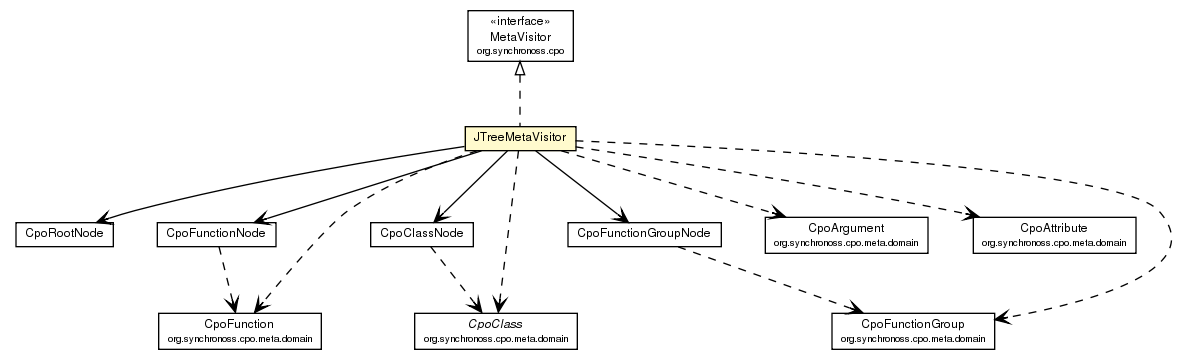
Earlier version of the Graphviz export site/apidocs/org/synchronoss/cpo/util/JTreeMetaVisitor.png (synchronoss/cpo-util). Its source is kept beside it as site/apidocs/org/synchronoss/cpo/util/JTreeMetaVisitor.dot.
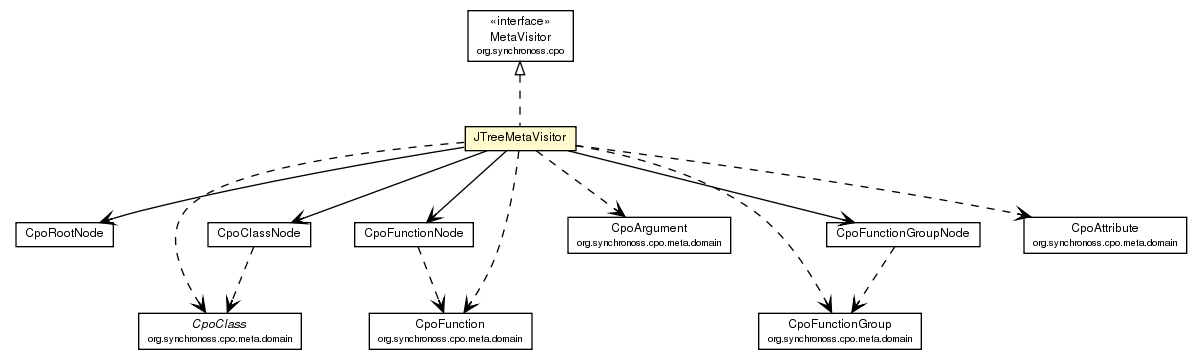
The same diagram one commit later.

The edit, as a diff of the source:
```diff
@@ -34,37 +34,37 @@
 	c1707:p -> c1721:p [taillabel="", label="", headlabel="", fontname="Helvetica", fontcolor="black", fontsize=10.0, color="black", arrowhead=open];
 	c1707:p -> c1765:p [taillabel="", label="", headlabel="", fontname="Helvetica", fontcolor="black", fontsize=10.0, color="black", arrowhead=open, style=dashed];
 	c1707:p -> c1766:p [taillabel="", label="", headlabel="", fontname="Helvetica", fontcolor="black", fontsize=10.0, color="black", arrowhead=open, style=dashed];
-	c1707:p -> c1767:p [taillabel="", label="", headlabel="", fontname="Helvetica", fontcolor="black", fontsize=10.0, color="black", arrowhead=open, style=dashed];
 	c1707:p -> c1768:p [taillabel="", label="", headlabel="", fontname="Helvetica", fontcolor="black", fontsize=10.0, color="black", arrowhead=open, style=dashed];
+	c1707:p -> c1769:p [taillabel="", label="", headlabel="", fontname="Helvetica", fontcolor="black", fontsize=10.0, color="black", arrowhead=open, style=dashed];
 	c1707:p -> c1770:p [taillabel="", label="", headlabel="", fontname="Helvetica", fontcolor="black", fontsize=10.0, color="black", arrowhead=open, style=dashed];
-	c1721:p -> c1766:p [taillabel="", label="", headlabel="", fontname="Helvetica", fontcolor="black", fontsize=10.0, color="black", arrowhead=open, style=dashed];
+	c1721:p -> c1769:p [taillabel="", label="", headlabel="", fontname="Helvetica", fontcolor="black", fontsize=10.0, color="black", arrowhead=open, style=dashed];
 	c1723:p -> c1765:p [taillabel="", label="", headlabel="", fontname="Helvetica", fontcolor="black", fontsize=10.0, color="black", arrowhead=open, style=dashed];
-	c1728:p -> c1770:p [taillabel="", label="", headlabel="", fontname="Helvetica", fontcolor="black", fontsize=10.0, color="black", arrowhead=open, style=dashed];
+	c1728:p -> c1768:p [taillabel="", label="", headlabel="", fontname="Helvetica", fontcolor="black", fontsize=10.0, color="black", arrowhead=open, style=dashed];
 	c1765 [label=<<table border="0" cellborder="1" cellspacing="0" cellpadding="2" port="p" href="http://java.sun.com/j2se/1.4.2/docs/api/org/synchronoss/cpo/meta/domain/CpoClass.html">
 		<tr><td><table border="0" cellspacing="0" cellpadding="1">
 			<tr><td><font face="Helvetica-Oblique"> CpoClass </font></td></tr>
 			<tr><td><font point-size="7.0"> org.synchronoss.cpo.meta.domain </font></td></tr>
 		</table></td></tr>
 		</table>>, fontname="Helvetica", fontcolor="black", fontsize=9.0];
-	c1767 [label=<<table border="0" cellborder="1" cellspacing="0" cellpadding="2" port="p" href="http://java.sun.com/j2se/1.4.2/docs/api/org/synchronoss/cpo/meta/domain/CpoArgument.html">
+	c1766 [label=<<table border="0" cellborder="1" cellspacing="0" cellpadding="2" port="p" href="http://java.sun.com/j2se/1.4.2/docs/api/org/synchronoss/cpo/meta/domain/CpoArgument.html">
 		<tr><td><table border="0" cellspacing="0" cellpadding="1">
 			<tr><td> CpoArgument </td></tr>
 			<tr><td><font point-size="7.0"> org.synchronoss.cpo.meta.domain </font></td></tr>
 		</table></td></tr>
 		</table>>, fontname="Helvetica", fontcolor="black", fontsize=9.0];
-	c1768 [label=<<table border="0" cellborder="1" cellspacing="0" cellpadding="2" port="p" href="http://java.sun.com/j2se/1.4.2/docs/api/org/synchronoss/cpo/meta/domain/CpoAttribute.html">
+	c1770 [label=<<table border="0" cellborder="1" cellspacing="0" cellpadding="2" port="p" href="http://java.sun.com/j2se/1.4.2/docs/api/org/synchronoss/cpo/meta/domain/CpoAttribute.html">
 		<tr><td><table border="0" cellspacing="0" cellpadding="1">
 			<tr><td> CpoAttribute </td></tr>
 			<tr><td><font point-size="7.0"> org.synchronoss.cpo.meta.domain </font></td></tr>
 		</table></td></tr>
 		</table>>, fontname="Helvetica", fontcolor="black", fontsize=9.0];
-	c1766 [label=<<table border="0" cellborder="1" cellspacing="0" cellpadding="2" port="p" href="http://java.sun.com/j2se/1.4.2/docs/api/org/synchronoss/cpo/meta/domain/CpoFunction.html">
+	c1769 [label=<<table border="0" cellborder="1" cellspacing="0" cellpadding="2" port="p" href="http://java.sun.com/j2se/1.4.2/docs/api/org/synchronoss/cpo/meta/domain/CpoFunction.html">
 		<tr><td><table border="0" cellspacing="0" cellpadding="1">
 			<tr><td> CpoFunction </td></tr>
 			<tr><td><font point-size="7.0"> org.synchronoss.cpo.meta.domain </font></td></tr>
 		</table></td></tr>
 		</table>>, fontname="Helvetica", fontcolor="black", fontsize=9.0];
-	c1770 [label=<<table border="0" cellborder="1" cellspacing="0" cellpadding="2" port="p" href="http://java.sun.com/j2se/1.4.2/docs/api/org/synchronoss/cpo/meta/domain/CpoFunctionGroup.html">
+	c1768 [label=<<table border="0" cellborder="1" cellspacing="0" cellpadding="2" port="p" href="http://java.sun.com/j2se/1.4.2/docs/api/org/synchronoss/cpo/meta/domain/CpoFunctionGroup.html">
 		<tr><td><table border="0" cellspacing="0" cellpadding="1">
 			<tr><td> CpoFunctionGroup </td></tr>
 			<tr><td><font point-size="7.0"> org.synchronoss.cpo.meta.domain </font></td></tr>
```
